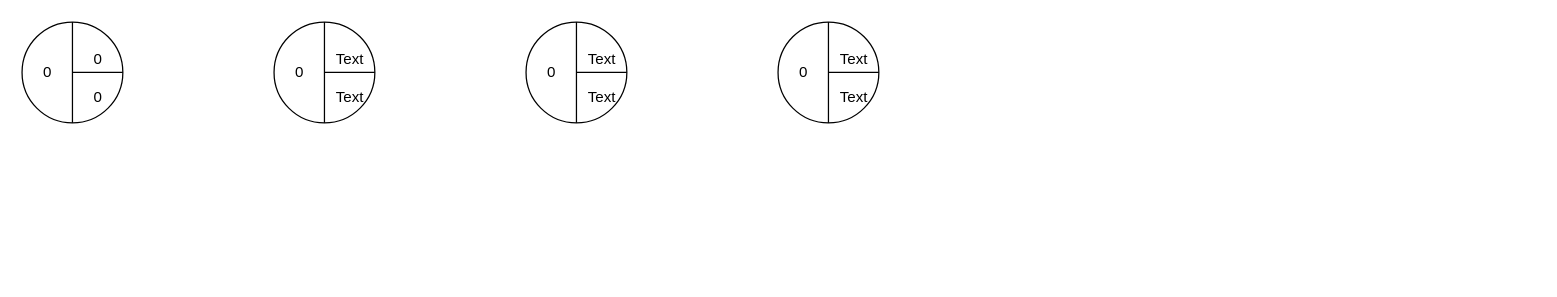
Luchit0-afk/Diagramas keeps this draw.io diagram as IngenieriaSoftware/Practica2/Ej1Prac2Repaso.drawio. Above is the earlier version. Source tidied: cells renumbered, new cells numbered last; positions are measured from the earlier drawing's top-left corner, leaving out a move shared by most shapes. Both pictures are drawn from the tidied source at 126%, with x=0, y=0 at pixel (21, 21).
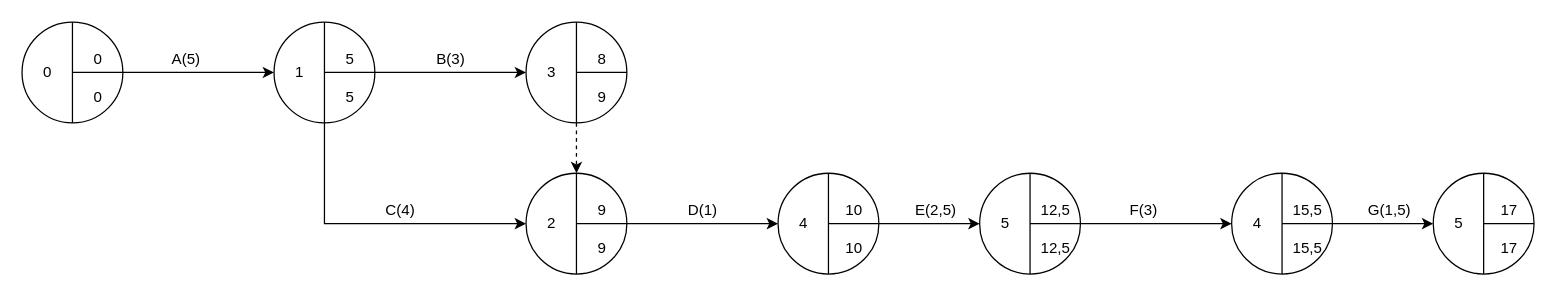
The same page after the edit.

Unchanged cells that the change refers to:
```xml
<mxCell id="2" style="ellipse;whiteSpace=wrap;html=1;" parent="1" vertex="1">
  <mxGeometry width="80" height="80" as="geometry" />
</mxCell>
<mxCell id="8" style="ellipse;whiteSpace=wrap;html=1;" parent="1" vertex="1">
  <mxGeometry x="200" width="80" height="80" as="geometry" />
</mxCell>
<mxCell id="14" style="ellipse;whiteSpace=wrap;html=1;" parent="1" vertex="1">
  <mxGeometry x="400" width="80" height="80" as="geometry" />
</mxCell>
```

Change to the diagram source:
```diff
@@
+    <mxCell id="26" style="edgeStyle=orthogonalEdgeStyle;rounded=0;jettySize=auto;html=1;exitX=1;exitY=0.5;exitDx=0;exitDy=0;entryX=0;entryY=0.5;entryDx=0;entryDy=0;" parent="1" edge="1" source="2" target="8">
+      <mxGeometry relative="1" as="geometry" />
+    </mxCell>
@@
+    <mxCell id="27" style="edgeStyle=orthogonalEdgeStyle;rounded=0;jettySize=auto;html=1;exitX=1;exitY=0.5;exitDx=0;exitDy=0;entryX=0;entryY=0.5;entryDx=0;entryDy=0;" parent="1" edge="1" source="8" target="14">
+      <mxGeometry relative="1" as="geometry" />
+    </mxCell>
+    <mxCell id="28" style="edgeStyle=orthogonalEdgeStyle;rounded=0;jettySize=auto;html=1;exitX=0.5;exitY=1;exitDx=0;exitDy=0;entryX=0;entryY=0.5;entryDx=0;entryDy=0;" parent="1" edge="1" source="8" target="32">
+      <mxGeometry relative="1" as="geometry" />
+    </mxCell>
@@
-    <mxCell id="9" style="endArrow=none;html=1;exitX=0.5;exitY=1;exitDx=0;exitDy=0;entryX=0.5;entryY=0;entryDx=0;entryDy=0;" parent="1" edge="1" source="8" target="8">
-      <mxGeometry relative="1" as="geometry" />
+    <mxCell id="9" style="endArrow=none;html=1;entryX=0.5;entryY=0;entryDx=0;entryDy=0;" parent="1" edge="1" target="8">
+      <mxGeometry relative="1" as="geometry">
+        <mxPoint x="240" y="80" as="sourcePoint" />
+      </mxGeometry>
     </mxCell>
@@
-    <mxCell id="11" value="0" style="text;html=1;align=center;verticalAlign=middle;strokeColor=none;fillColor=none;" parent="1" vertex="1">
+    <mxCell id="11" value="1" style="text;html=1;align=center;verticalAlign=middle;strokeColor=none;fillColor=none;" parent="1" vertex="1">
       <mxGeometry x="210" y="30" width="20" height="20" as="geometry" />
     </mxCell>
-    <mxCell id="12" value="Text" style="text;html=1;align=center;verticalAlign=middle;strokeColor=none;fillColor=none;" parent="1" vertex="1">
-      <mxGeometry x="240" y="20" width="40" height="20" as="geometry" />
+    <mxCell id="12" value="5" style="text;html=1;align=center;verticalAlign=middle;strokeColor=none;fillColor=none;" parent="1" vertex="1">
+      <mxGeometry x="250" y="20" width="20" height="20" as="geometry" />
     </mxCell>
-    <mxCell id="13" value="Text" style="text;html=1;align=center;verticalAlign=middle;strokeColor=none;fillColor=none;" parent="1" vertex="1">
-      <mxGeometry x="240" y="50" width="40" height="20" as="geometry" />
+    <mxCell id="13" value="5" style="text;html=1;align=center;verticalAlign=middle;strokeColor=none;fillColor=none;" parent="1" vertex="1">
+      <mxGeometry x="250" y="50" width="20" height="20" as="geometry" />
     </mxCell>
@@
-    <mxCell id="17" value="0" style="text;html=1;align=center;verticalAlign=middle;strokeColor=none;fillColor=none;" parent="1" vertex="1">
+    <mxCell id="17" value="3" style="text;html=1;align=center;verticalAlign=middle;strokeColor=none;fillColor=none;" parent="1" vertex="1">
       <mxGeometry x="410" y="30" width="20" height="20" as="geometry" />
     </mxCell>
-    <mxCell id="18" value="Text" style="text;html=1;align=center;verticalAlign=middle;strokeColor=none;fillColor=none;" parent="1" vertex="1">
-      <mxGeometry x="440" y="20" width="40" height="20" as="geometry" />
+    <mxCell id="18" value="8" style="text;html=1;align=center;verticalAlign=middle;strokeColor=none;fillColor=none;" parent="1" vertex="1">
+      <mxGeometry x="450" y="20" width="20" height="20" as="geometry" />
     </mxCell>
-    <mxCell id="19" value="Text" style="text;html=1;align=center;verticalAlign=middle;strokeColor=none;fillColor=none;" parent="1" vertex="1">
-      <mxGeometry x="440" y="50" width="40" height="20" as="geometry" />
+    <mxCell id="19" value="9" style="text;html=1;align=center;verticalAlign=middle;strokeColor=none;fillColor=none;" parent="1" vertex="1">
+      <mxGeometry x="450" y="50" width="20" height="20" as="geometry" />
     </mxCell>
+    <mxCell id="29" style="edgeStyle=orthogonalEdgeStyle;rounded=0;jettySize=auto;html=1;entryX=0;entryY=0.5;entryDx=0;entryDy=0;" parent="1" edge="1" source="20" target="43">
+      <mxGeometry relative="1" as="geometry" />
+    </mxCell>
     <mxCell id="20" style="ellipse;whiteSpace=wrap;html=1;" parent="1" vertex="1">
-      <mxGeometry x="600" width="80" height="80" as="geometry" />
+      <mxGeometry x="600" y="120" width="80" height="80" as="geometry" />
     </mxCell>
@@
     <mxCell id="22" style="endArrow=none;html=1;exitX=1;exitY=0.5;exitDx=0;exitDy=0;" parent="1" edge="1" source="20">
       <mxGeometry relative="1" as="geometry">
-        <mxPoint x="640" y="40" as="targetPoint" />
+        <mxPoint x="640" y="160" as="targetPoint" />
       </mxGeometry>
     </mxCell>
-    <mxCell id="23" value="0" style="text;html=1;align=center;verticalAlign=middle;strokeColor=none;fillColor=none;" parent="1" vertex="1">
-      <mxGeometry x="610" y="30" width="20" height="20" as="geometry" />
+    <mxCell id="23" value="4" style="text;html=1;align=center;verticalAlign=middle;strokeColor=none;fillColor=none;" parent="1" vertex="1">
+      <mxGeometry x="610" y="150" width="20" height="20" as="geometry" />
     </mxCell>
-    <mxCell id="24" value="Text" style="text;html=1;align=center;verticalAlign=middle;strokeColor=none;fillColor=none;" parent="1" vertex="1">
-      <mxGeometry x="640" y="20" width="40" height="20" as="geometry" />
+    <mxCell id="24" value="10" style="text;html=1;align=center;verticalAlign=middle;strokeColor=none;fillColor=none;" parent="1" vertex="1">
+      <mxGeometry x="645" y="140" width="30" height="20" as="geometry" />
     </mxCell>
-    <mxCell id="25" value="Text" style="text;html=1;align=center;verticalAlign=middle;strokeColor=none;fillColor=none;" parent="1" vertex="1">
-      <mxGeometry x="640" y="50" width="40" height="20" as="geometry" />
+    <mxCell id="25" value="10" style="text;html=1;align=center;verticalAlign=middle;strokeColor=none;fillColor=none;" parent="1" vertex="1">
+      <mxGeometry x="645" y="170" width="30" height="20" as="geometry" />
     </mxCell>
+    <mxCell id="30" value="A(5)" style="text;html=1;align=center;verticalAlign=middle;strokeColor=none;fillColor=none;" parent="1" vertex="1">
+      <mxGeometry x="110" y="20" width="40" height="20" as="geometry" />
+    </mxCell>
+    <mxCell id="31" style="edgeStyle=orthogonalEdgeStyle;rounded=0;jettySize=auto;html=1;exitX=1;exitY=0.5;exitDx=0;exitDy=0;entryX=0;entryY=0.5;entryDx=0;entryDy=0;" parent="1" edge="1" source="32" target="20">
+      <mxGeometry relative="1" as="geometry" />
+    </mxCell>
+    <mxCell id="32" style="ellipse;whiteSpace=wrap;html=1;" parent="1" vertex="1">
+      <mxGeometry x="400" y="120" width="80" height="80" as="geometry" />
+    </mxCell>
+    <mxCell id="33" style="endArrow=none;html=1;exitX=0.5;exitY=1;exitDx=0;exitDy=0;entryX=0.5;entryY=0;entryDx=0;entryDy=0;" parent="1" edge="1" source="32" target="32">
+      <mxGeometry relative="1" as="geometry" />
+    </mxCell>
+    <mxCell id="34" style="endArrow=none;html=1;exitX=1;exitY=0.5;exitDx=0;exitDy=0;" parent="1" edge="1" source="32">
+      <mxGeometry relative="1" as="geometry">
+        <mxPoint x="440" y="160" as="targetPoint" />
+      </mxGeometry>
+    </mxCell>
+    <mxCell id="35" value="2" style="text;html=1;align=center;verticalAlign=middle;strokeColor=none;fillColor=none;" parent="1" vertex="1">
+      <mxGeometry x="410" y="150" width="20" height="20" as="geometry" />
+    </mxCell>
+    <mxCell id="36" value="9" style="text;html=1;align=center;verticalAlign=middle;strokeColor=none;fillColor=none;" parent="1" vertex="1">
+      <mxGeometry x="450" y="140" width="20" height="20" as="geometry" />
+    </mxCell>
+    <mxCell id="37" value="9" style="text;html=1;align=center;verticalAlign=middle;strokeColor=none;fillColor=none;" parent="1" vertex="1">
+      <mxGeometry x="450" y="170" width="20" height="20" as="geometry" />
+    </mxCell>
+    <mxCell id="38" value="B(3)" style="text;html=1;align=center;verticalAlign=middle;strokeColor=none;fillColor=none;" parent="1" vertex="1">
+      <mxGeometry x="320" y="20" width="40" height="20" as="geometry" />
+    </mxCell>
+    <mxCell id="39" value="C(4)" style="text;html=1;align=center;verticalAlign=middle;strokeColor=none;fillColor=none;" parent="1" vertex="1">
+      <mxGeometry x="280" y="140" width="40" height="20" as="geometry" />
+    </mxCell>
+    <mxCell id="40" style="html=1;labelBackgroundColor=#ffffff;startArrow=none;startFill=0;startSize=6;endArrow=classic;endFill=1;endSize=6;jettySize=auto;strokeWidth=1;dashed=1;fontSize=14;exitX=0.5;exitY=1;exitDx=0;exitDy=0;" parent="1" edge="1" source="14">
+      <mxGeometry relative="1" as="geometry">
+        <mxPoint x="440" y="120" as="targetPoint" />
+      </mxGeometry>
+    </mxCell>
+    <mxCell id="41" value="D(1)" style="text;html=1;align=center;verticalAlign=middle;strokeColor=none;fillColor=none;" parent="1" vertex="1">
+      <mxGeometry x="520" y="140" width="40" height="20" as="geometry" />
+    </mxCell>
+    <mxCell id="42" style="edgeStyle=orthogonalEdgeStyle;rounded=0;jettySize=auto;html=1;exitX=1;exitY=0.5;exitDx=0;exitDy=0;entryX=0;entryY=0.5;entryDx=0;entryDy=0;" parent="1" edge="1" source="43" target="51">
+      <mxGeometry relative="1" as="geometry" />
+    </mxCell>
+    <mxCell id="43" style="ellipse;whiteSpace=wrap;html=1;" parent="1" vertex="1">
+      <mxGeometry x="760" y="120" width="80" height="80" as="geometry" />
+    </mxCell>
+    <mxCell id="44" style="endArrow=none;html=1;exitX=0.5;exitY=1;exitDx=0;exitDy=0;entryX=0.5;entryY=0;entryDx=0;entryDy=0;" parent="1" edge="1" source="43" target="43">
+      <mxGeometry relative="1" as="geometry" />
+    </mxCell>
+    <mxCell id="45" style="endArrow=none;html=1;exitX=1;exitY=0.5;exitDx=0;exitDy=0;" parent="1" edge="1" source="43">
+      <mxGeometry relative="1" as="geometry">
+        <mxPoint x="800" y="160" as="targetPoint" />
+      </mxGeometry>
+    </mxCell>
+    <mxCell id="46" value="5" style="text;html=1;align=center;verticalAlign=middle;strokeColor=none;fillColor=none;" parent="1" vertex="1">
+      <mxGeometry x="770" y="150" width="20" height="20" as="geometry" />
+    </mxCell>
+    <mxCell id="47" value="12,5" style="text;html=1;align=center;verticalAlign=middle;strokeColor=none;fillColor=none;" parent="1" vertex="1">
+      <mxGeometry x="800" y="140" width="40" height="20" as="geometry" />
+    </mxCell>
+    <mxCell id="48" value="12,5" style="text;html=1;align=center;verticalAlign=middle;strokeColor=none;fillColor=none;" parent="1" vertex="1">
+      <mxGeometry x="800" y="170" width="40" height="20" as="geometry" />
+    </mxCell>
+    <mxCell id="49" value="E(2,5)" style="text;html=1;align=center;verticalAlign=middle;strokeColor=none;fillColor=none;" parent="1" vertex="1">
+      <mxGeometry x="700" y="140" width="50" height="20" as="geometry" />
+    </mxCell>
+    <mxCell id="50" style="edgeStyle=orthogonalEdgeStyle;rounded=0;jettySize=auto;html=1;entryX=0;entryY=0.5;entryDx=0;entryDy=0;" parent="1" edge="1" source="51" target="57">
+      <mxGeometry relative="1" as="geometry" />
+    </mxCell>
+    <mxCell id="51" style="ellipse;whiteSpace=wrap;html=1;" parent="1" vertex="1">
+      <mxGeometry x="960" y="120" width="80" height="80" as="geometry" />
+    </mxCell>
+    <mxCell id="52" style="endArrow=none;html=1;exitX=0.5;exitY=1;exitDx=0;exitDy=0;entryX=0.5;entryY=0;entryDx=0;entryDy=0;" parent="1" edge="1" source="51" target="51">
+      <mxGeometry relative="1" as="geometry" />
+    </mxCell>
+    <mxCell id="53" style="endArrow=none;html=1;exitX=1;exitY=0.5;exitDx=0;exitDy=0;" parent="1" edge="1" source="51">
+      <mxGeometry relative="1" as="geometry">
+        <mxPoint x="1000" y="160" as="targetPoint" />
+      </mxGeometry>
+    </mxCell>
+    <mxCell id="54" value="4" style="text;html=1;align=center;verticalAlign=middle;strokeColor=none;fillColor=none;" parent="1" vertex="1">
+      <mxGeometry x="970" y="150" width="20" height="20" as="geometry" />
+    </mxCell>
+    <mxCell id="55" value="15,5" style="text;html=1;align=center;verticalAlign=middle;strokeColor=none;fillColor=none;" parent="1" vertex="1">
+      <mxGeometry x="1000" y="140" width="40" height="20" as="geometry" />
+    </mxCell>
+    <mxCell id="56" value="15,5" style="text;html=1;align=center;verticalAlign=middle;strokeColor=none;fillColor=none;" parent="1" vertex="1">
+      <mxGeometry x="1000" y="170" width="40" height="20" as="geometry" />
+    </mxCell>
+    <mxCell id="57" style="ellipse;whiteSpace=wrap;html=1;" parent="1" vertex="1">
+      <mxGeometry x="1120" y="120" width="80" height="80" as="geometry" />
+    </mxCell>
+    <mxCell id="58" style="endArrow=none;html=1;exitX=0.5;exitY=1;exitDx=0;exitDy=0;entryX=0.5;entryY=0;entryDx=0;entryDy=0;" parent="1" edge="1" source="57" target="57">
+      <mxGeometry relative="1" as="geometry" />
+    </mxCell>
+    <mxCell id="59" style="endArrow=none;html=1;exitX=1;exitY=0.5;exitDx=0;exitDy=0;" parent="1" edge="1" source="57">
+      <mxGeometry relative="1" as="geometry">
+        <mxPoint x="1160" y="160" as="targetPoint" />
+      </mxGeometry>
+    </mxCell>
+    <mxCell id="60" value="5" style="text;html=1;align=center;verticalAlign=middle;strokeColor=none;fillColor=none;" parent="1" vertex="1">
+      <mxGeometry x="1130" y="150" width="20" height="20" as="geometry" />
+    </mxCell>
+    <mxCell id="61" value="17" style="text;html=1;align=center;verticalAlign=middle;strokeColor=none;fillColor=none;" parent="1" vertex="1">
+      <mxGeometry x="1165" y="140" width="30" height="20" as="geometry" />
+    </mxCell>
+    <mxCell id="62" value="17" style="text;html=1;align=center;verticalAlign=middle;strokeColor=none;fillColor=none;" parent="1" vertex="1">
+      <mxGeometry x="1165" y="170" width="30" height="20" as="geometry" />
+    </mxCell>
+    <mxCell id="63" value="G(1,5)" style="text;html=1;align=center;verticalAlign=middle;strokeColor=none;fillColor=none;" parent="1" vertex="1">
+      <mxGeometry x="1060" y="140" width="50" height="20" as="geometry" />
+    </mxCell>
+    <mxCell id="64" value="F(3)" style="text;html=1;align=center;verticalAlign=middle;strokeColor=none;fillColor=none;" parent="1" vertex="1">
+      <mxGeometry x="870" y="140" width="40" height="20" as="geometry" />
+    </mxCell>
```
